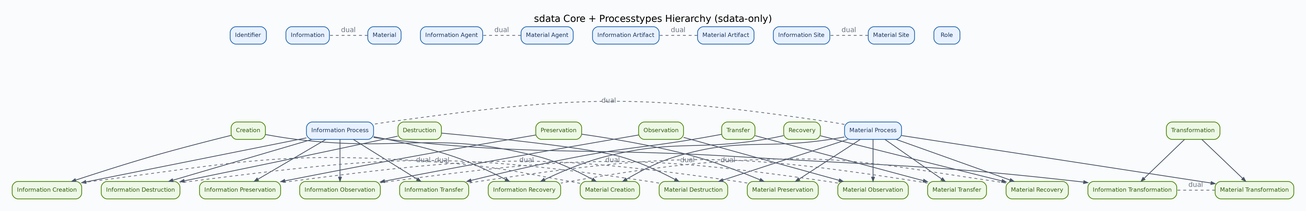
Above: docs/diagrams/sdata-core-processtypes-sdata-only.png in lepy/sdata-ontology (Graphviz), before the change. Its source is kept beside it as docs/diagrams/sdata-core-processtypes-sdata-only.dot. The source it was exported from:
```dot
digraph "" {
	graph [bgcolor="#FAFBFC",
		fontname=Helvetica,
		fontsize=20,
		label="sdata Core + Processtypes Hierarchy (sdata-only)",
		labeljust=c,
		labelloc=t,
		newrank=true,
		nodesep=0.55,
		overlap=false,
		pad=0.35,
		rankdir=TB,
		ranksep=1.0,
		splines=true
	];
	node [fontname=Helvetica,
		fontsize=12,
		label="\N",
		margin="0.14,0.08",
		penwidth=1.6,
		shape=box,
		style="filled,rounded"
	];
	edge [arrowsize=0.85,
		color="#4A5568",
		fontname=Helvetica,
		penwidth=1.6
	];
	"https://w3id.org/sdata/core/Identifier"	[color="#2B6CB0",
		fillcolor="#E8F1FF",
		fontcolor="#1A365D",
		label=Identifier];
	"https://w3id.org/sdata/core/Creation"	[color="#4F8A10",
		fillcolor="#EEF8E7",
		fontcolor="#2F5D08",
		label=Creation];
	"https://w3id.org/sdata/core/Identifier" -> "https://w3id.org/sdata/core/Creation"	[color="#FFFFFF",
		constraint=true,
		minlen=2,
		style=invis,
		weight=120];
	"https://w3id.org/sdata/core/Information"	[color="#2B6CB0",
		fillcolor="#E8F1FF",
		fontcolor="#1A365D",
		label=Information];
	"https://w3id.org/sdata/core/InformationAgent"	[color="#2B6CB0",
		fillcolor="#E8F1FF",
		fontcolor="#1A365D",
		label="Information Agent"];
	"https://w3id.org/sdata/core/InformationArtifact"	[color="#2B6CB0",
		fillcolor="#E8F1FF",
		fontcolor="#1A365D",
		label="Information Artifact"];
	"https://w3id.org/sdata/core/InformationProcess"	[color="#2B6CB0",
		fillcolor="#E8F1FF",
		fontcolor="#1A365D",
		label="Information Process"];
	"https://w3id.org/sdata/core/InformationCreation"	[color="#4F8A10",
		fillcolor="#EEF8E7",
		fontcolor="#2F5D08",
		label="Information Creation"];
	"https://w3id.org/sdata/core/InformationProcess" -> "https://w3id.org/sdata/core/InformationCreation";
	"https://w3id.org/sdata/core/InformationDestruction"	[color="#4F8A10",
		fillcolor="#EEF8E7",
		fontcolor="#2F5D08",
		label="Information Destruction"];
	"https://w3id.org/sdata/core/InformationProcess" -> "https://w3id.org/sdata/core/InformationDestruction";
	"https://w3id.org/sdata/core/InformationObservation"	[color="#4F8A10",
		fillcolor="#EEF8E7",
		fontcolor="#2F5D08",
		label="Information Observation"];
	"https://w3id.org/sdata/core/InformationProcess" -> "https://w3id.org/sdata/core/InformationObservation";
	"https://w3id.org/sdata/core/InformationPreservation"	[color="#4F8A10",
		fillcolor="#EEF8E7",
		fontcolor="#2F5D08",
		label="Information Preservation"];
	"https://w3id.org/sdata/core/InformationProcess" -> "https://w3id.org/sdata/core/InformationPreservation";
	"https://w3id.org/sdata/core/InformationRecovery"	[color="#4F8A10",
		fillcolor="#EEF8E7",
		fontcolor="#2F5D08",
		label="Information Recovery"];
	"https://w3id.org/sdata/core/InformationProcess" -> "https://w3id.org/sdata/core/InformationRecovery";
	"https://w3id.org/sdata/core/InformationTransfer"	[color="#4F8A10",
		fillcolor="#EEF8E7",
		fontcolor="#2F5D08",
		label="Information Transfer"];
	"https://w3id.org/sdata/core/InformationProcess" -> "https://w3id.org/sdata/core/InformationTransfer";
	"https://w3id.org/sdata/core/InformationTransformation"	[color="#4F8A10",
		fillcolor="#EEF8E7",
		fontcolor="#2F5D08",
		label="Information Transformation"];
	"https://w3id.org/sdata/core/InformationProcess" -> "https://w3id.org/sdata/core/InformationTransformation";
	"https://w3id.org/sdata/core/InformationSite"	[color="#2B6CB0",
		fillcolor="#E8F1FF",
		fontcolor="#1A365D",
		label="Information Site"];
	"https://w3id.org/sdata/core/Material"	[color="#2B6CB0",
		fillcolor="#E8F1FF",
		fontcolor="#1A365D",
		label=Material];
	"https://w3id.org/sdata/core/Material" -> "https://w3id.org/sdata/core/Information"	[color="#6B7280",
		constraint=false,
		dir=none,
		fontcolor="#6B7280",
		label=dual,
		style=dashed];
	"https://w3id.org/sdata/core/MaterialAgent"	[color="#2B6CB0",
		fillcolor="#E8F1FF",
		fontcolor="#1A365D",
		label="Material Agent"];
	"https://w3id.org/sdata/core/MaterialAgent" -> "https://w3id.org/sdata/core/InformationAgent"	[color="#6B7280",
		constraint=false,
		dir=none,
		fontcolor="#6B7280",
		label=dual,
		style=dashed];
	"https://w3id.org/sdata/core/MaterialArtifact"	[color="#2B6CB0",
		fillcolor="#E8F1FF",
		fontcolor="#1A365D",
		label="Material Artifact"];
	"https://w3id.org/sdata/core/MaterialArtifact" -> "https://w3id.org/sdata/core/InformationArtifact"	[color="#6B7280",
		constraint=false,
		dir=none,
		fontcolor="#6B7280",
		label=dual,
		style=dashed];
	"https://w3id.org/sdata/core/MaterialProcess"	[color="#2B6CB0",
		fillcolor="#E8F1FF",
		fontcolor="#1A365D",
		label="Material Process"];
	"https://w3id.org/sdata/core/MaterialProcess" -> "https://w3id.org/sdata/core/InformationProcess"	[color="#6B7280",
		constraint=false,
		dir=none,
		fontcolor="#6B7280",
		label=dual,
		style=dashed];
	"https://w3id.org/sdata/core/MaterialCreation"	[color="#4F8A10",
		fillcolor="#EEF8E7",
		fontcolor="#2F5D08",
		label="Material Creation"];
	"https://w3id.org/sdata/core/MaterialProcess" -> "https://w3id.org/sdata/core/MaterialCreation";
	"https://w3id.org/sdata/core/MaterialDestruction"	[color="#4F8A10",
		fillcolor="#EEF8E7",
		fontcolor="#2F5D08",
		label="Material Destruction"];
	"https://w3id.org/sdata/core/MaterialProcess" -> "https://w3id.org/sdata/core/MaterialDestruction";
	"https://w3id.org/sdata/core/MaterialObservation"	[color="#4F8A10",
		fillcolor="#EEF8E7",
		fontcolor="#2F5D08",
		label="Material Observation"];
	"https://w3id.org/sdata/core/MaterialProcess" -> "https://w3id.org/sdata/core/MaterialObservation";
	"https://w3id.org/sdata/core/MaterialPreservation"	[color="#4F8A10",
		fillcolor="#EEF8E7",
		fontcolor="#2F5D08",
		label="Material Preservation"];
	"https://w3id.org/sdata/core/MaterialProcess" -> "https://w3id.org/sdata/core/MaterialPreservation";
	"https://w3id.org/sdata/core/MaterialRecovery"	[color="#4F8A10",
		fillcolor="#EEF8E7",
		fontcolor="#2F5D08",
		label="Material Recovery"];
	"https://w3id.org/sdata/core/MaterialProcess" -> "https://w3id.org/sdata/core/MaterialRecovery";
	"https://w3id.org/sdata/core/MaterialTransfer"	[color="#4F8A10",
		fillcolor="#EEF8E7",
		fontcolor="#2F5D08",
		label="Material Transfer"];
	"https://w3id.org/sdata/core/MaterialProcess" -> "https://w3id.org/sdata/core/MaterialTransfer";
	"https://w3id.org/sdata/core/MaterialTransformation"	[color="#4F8A10",
		fillcolor="#EEF8E7",
		fontcolor="#2F5D08",
		label="Material Transformation"];
	"https://w3id.org/sdata/core/MaterialProcess" -> "https://w3id.org/sdata/core/MaterialTransformation";
	"https://w3id.org/sdata/core/MaterialSite"	[color="#2B6CB0",
		fillcolor="#E8F1FF",
		fontcolor="#1A365D",
		label="Material Site"];
	"https://w3id.org/sdata/core/MaterialSite" -> "https://w3id.org/sdata/core/InformationSite"	[color="#6B7280",
		constraint=false,
		dir=none,
		fontcolor="#6B7280",
		label=dual,
		style=dashed];
	"https://w3id.org/sdata/core/Role"	[color="#2B6CB0",
		fillcolor="#E8F1FF",
		fontcolor="#1A365D",
		label=Role];
	"https://w3id.org/sdata/core/Creation" -> "https://w3id.org/sdata/core/InformationCreation";
	"https://w3id.org/sdata/core/Creation" -> "https://w3id.org/sdata/core/MaterialCreation";
	"https://w3id.org/sdata/core/Destruction"	[color="#4F8A10",
		fillcolor="#EEF8E7",
		fontcolor="#2F5D08",
		label=Destruction];
	"https://w3id.org/sdata/core/Destruction" -> "https://w3id.org/sdata/core/InformationDestruction";
	"https://w3id.org/sdata/core/Destruction" -> "https://w3id.org/sdata/core/MaterialDestruction";
	"https://w3id.org/sdata/core/MaterialCreation" -> "https://w3id.org/sdata/core/InformationCreation"	[color="#6B7280",
		constraint=false,
		dir=none,
		fontcolor="#6B7280",
		label=dual,
		style=dashed];
	"https://w3id.org/sdata/core/MaterialDestruction" -> "https://w3id.org/sdata/core/InformationDestruction"	[color="#6B7280",
		constraint=false,
		dir=none,
		fontcolor="#6B7280",
		label=dual,
		style=dashed];
	"https://w3id.org/sdata/core/MaterialObservation" -> "https://w3id.org/sdata/core/InformationObservation"	[color="#6B7280",
		constraint=false,
		dir=none,
		fontcolor="#6B7280",
		label=dual,
		style=dashed];
	"https://w3id.org/sdata/core/MaterialPreservation" -> "https://w3id.org/sdata/core/InformationPreservation"	[color="#6B7280",
		constraint=false,
		dir=none,
		fontcolor="#6B7280",
		label=dual,
		style=dashed];
	"https://w3id.org/sdata/core/MaterialRecovery" -> "https://w3id.org/sdata/core/InformationRecovery"	[color="#6B7280",
		constraint=false,
		dir=none,
		fontcolor="#6B7280",
		label=dual,
		style=dashed];
	"https://w3id.org/sdata/core/MaterialTransfer" -> "https://w3id.org/sdata/core/InformationTransfer"	[color="#6B7280",
		constraint=false,
		dir=none,
		fontcolor="#6B7280",
		label=dual,
		style=dashed];
	"https://w3id.org/sdata/core/MaterialTransformation" -> "https://w3id.org/sdata/core/InformationTransformation"	[color="#6B7280",
		constraint=false,
		dir=none,
		fontcolor="#6B7280",
		label=dual,
		style=dashed];
	"https://w3id.org/sdata/core/Observation"	[color="#4F8A10",
		fillcolor="#EEF8E7",
		fontcolor="#2F5D08",
		label=Observation];
	"https://w3id.org/sdata/core/Observation" -> "https://w3id.org/sdata/core/InformationObservation";
	"https://w3id.org/sdata/core/Observation" -> "https://w3id.org/sdata/core/MaterialObservation";
	"https://w3id.org/sdata/core/Preservation"	[color="#4F8A10",
		fillcolor="#EEF8E7",
		fontcolor="#2F5D08",
		label=Preservation];
	"https://w3id.org/sdata/core/Preservation" -> "https://w3id.org/sdata/core/InformationPreservation";
	"https://w3id.org/sdata/core/Preservation" -> "https://w3id.org/sdata/core/MaterialPreservation";
	"https://w3id.org/sdata/core/Recovery"	[color="#4F8A10",
		fillcolor="#EEF8E7",
		fontcolor="#2F5D08",
		label=Recovery];
	"https://w3id.org/sdata/core/Recovery" -> "https://w3id.org/sdata/core/InformationRecovery";
	"https://w3id.org/sdata/core/Recovery" -> "https://w3id.org/sdata/core/MaterialRecovery";
	"https://w3id.org/sdata/core/Transfer"	[color="#4F8A10",
		fillcolor="#EEF8E7",
		fontcolor="#2F5D08",
		label=Transfer];
	"https://w3id.org/sdata/core/Transfer" -> "https://w3id.org/sdata/core/InformationTransfer";
	"https://w3id.org/sdata/core/Transfer" -> "https://w3id.org/sdata/core/MaterialTransfer";
	"https://w3id.org/sdata/core/Transformation"	[color="#4F8A10",
		fillcolor="#EEF8E7",
		fontcolor="#2F5D08",
		label=Transformation];
	"https://w3id.org/sdata/core/Transformation" -> "https://w3id.org/sdata/core/InformationTransformation";
	"https://w3id.org/sdata/core/Transformation" -> "https://w3id.org/sdata/core/MaterialTransformation";
}
```
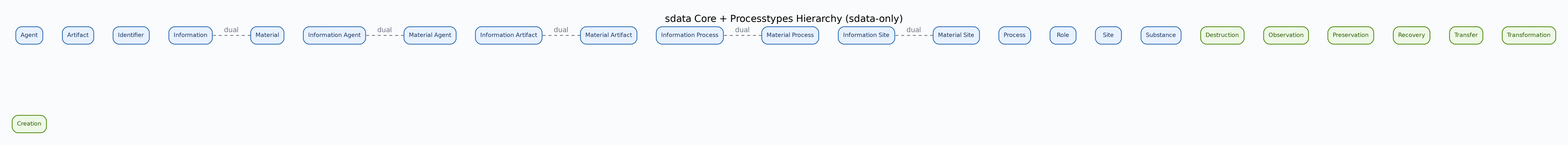
The same file after the commit.

The edit, as a diff of the source:
```diff
@@ -26,19 +26,27 @@
 		fontname=Helvetica,
 		penwidth=1.6
 	];
+	"https://w3id.org/sdata/core/Agent"	[color="#2B6CB0",
+		fillcolor="#E8F1FF",
+		fontcolor="#1A365D",
+		label=Agent];
+	"https://w3id.org/sdata/core/Creation"	[color="#4F8A10",
+		fillcolor="#EEF8E7",
+		fontcolor="#2F5D08",
+		label=Creation];
+	"https://w3id.org/sdata/core/Agent" -> "https://w3id.org/sdata/core/Creation"	[color="#FFFFFF",
+		constraint=true,
+		minlen=2,
+		style=invis,
+		weight=120];
+	"https://w3id.org/sdata/core/Artifact"	[color="#2B6CB0",
+		fillcolor="#E8F1FF",
+		fontcolor="#1A365D",
+		label=Artifact];
 	"https://w3id.org/sdata/core/Identifier"	[color="#2B6CB0",
 		fillcolor="#E8F1FF",
 		fontcolor="#1A365D",
 		label=Identifier];
-	"https://w3id.org/sdata/core/Creation"	[color="#4F8A10",
-		fillcolor="#EEF8E7",
-		fontcolor="#2F5D08",
-		label=Creation];
-	"https://w3id.org/sdata/core/Identifier" -> "https://w3id.org/sdata/core/Creation"	[color="#FFFFFF",
-		constraint=true,
-		minlen=2,
-		style=invis,
-		weight=120];
 	"https://w3id.org/sdata/core/Information"	[color="#2B6CB0",
 		fillcolor="#E8F1FF",
 		fontcolor="#1A365D",
@@ -55,41 +63,6 @@
 		fillcolor="#E8F1FF",
 		fontcolor="#1A365D",
 		label="Information Process"];
-	"https://w3id.org/sdata/core/InformationCreation"	[color="#4F8A10",
-		fillcolor="#EEF8E7",
-		fontcolor="#2F5D08",
-		label="Information Creation"];
-	"https://w3id.org/sdata/core/InformationProcess" -> "https://w3id.org/sdata/core/InformationCreation";
-	"https://w3id.org/sdata/core/InformationDestruction"	[color="#4F8A10",
-		fillcolor="#EEF8E7",
-		fontcolor="#2F5D08",
-		label="Information Destruction"];
-	"https://w3id.org/sdata/core/InformationProcess" -> "https://w3id.org/sdata/core/InformationDestruction";
-	"https://w3id.org/sdata/core/InformationObservation"	[color="#4F8A10",
-		fillcolor="#EEF8E7",
-		fontcolor="#2F5D08",
-		label="Information Observation"];
-	"https://w3id.org/sdata/core/InformationProcess" -> "https://w3id.org/sdata/core/InformationObservation";
-	"https://w3id.org/sdata/core/InformationPreservation"	[color="#4F8A10",
-		fillcolor="#EEF8E7",
-		fontcolor="#2F5D08",
-		label="Information Preservation"];
-	"https://w3id.org/sdata/core/InformationProcess" -> "https://w3id.org/sdata/core/InformationPreservation";
-	"https://w3id.org/sdata/core/InformationRecovery"	[color="#4F8A10",
-		fillcolor="#EEF8E7",
-		fontcolor="#2F5D08",
-		label="Information Recovery"];
-	"https://w3id.org/sdata/core/InformationProcess" -> "https://w3id.org/sdata/core/InformationRecovery";
-	"https://w3id.org/sdata/core/InformationTransfer"	[color="#4F8A10",
-		fillcolor="#EEF8E7",
-		fontcolor="#2F5D08",
-		label="Information Transfer"];
-	"https://w3id.org/sdata/core/InformationProcess" -> "https://w3id.org/sdata/core/InformationTransfer";
-	"https://w3id.org/sdata/core/InformationTransformation"	[color="#4F8A10",
-		fillcolor="#EEF8E7",
-		fontcolor="#2F5D08",
-		label="Information Transformation"];
-	"https://w3id.org/sdata/core/InformationProcess" -> "https://w3id.org/sdata/core/InformationTransformation";
 	"https://w3id.org/sdata/core/InformationSite"	[color="#2B6CB0",
 		fillcolor="#E8F1FF",
 		fontcolor="#1A365D",
@@ -134,41 +107,6 @@
 		fontcolor="#6B7280",
 		label=dual,
 		style=dashed];
-	"https://w3id.org/sdata/core/MaterialCreation"	[color="#4F8A10",
-		fillcolor="#EEF8E7",
-		fontcolor="#2F5D08",
-		label="Material Creation"];
-	"https://w3id.org/sdata/core/MaterialProcess" -> "https://w3id.org/sdata/core/MaterialCreation";
-	"https://w3id.org/sdata/core/MaterialDestruction"	[color="#4F8A10",
-		fillcolor="#EEF8E7",
-		fontcolor="#2F5D08",
-		label="Material Destruction"];
-	"https://w3id.org/sdata/core/MaterialProcess" -> "https://w3id.org/sdata/core/MaterialDestruction";
-	"https://w3id.org/sdata/core/MaterialObservation"	[color="#4F8A10",
-		fillcolor="#EEF8E7",
-		fontcolor="#2F5D08",
-		label="Material Observation"];
-	"https://w3id.org/sdata/core/MaterialProcess" -> "https://w3id.org/sdata/core/MaterialObservation";
-	"https://w3id.org/sdata/core/MaterialPreservation"	[color="#4F8A10",
-		fillcolor="#EEF8E7",
-		fontcolor="#2F5D08",
-		label="Material Preservation"];
-	"https://w3id.org/sdata/core/MaterialProcess" -> "https://w3id.org/sdata/core/MaterialPreservation";
-	"https://w3id.org/sdata/core/MaterialRecovery"	[color="#4F8A10",
-		fillcolor="#EEF8E7",
-		fontcolor="#2F5D08",
-		label="Material Recovery"];
-	"https://w3id.org/sdata/core/MaterialProcess" -> "https://w3id.org/sdata/core/MaterialRecovery";
-	"https://w3id.org/sdata/core/MaterialTransfer"	[color="#4F8A10",
-		fillcolor="#EEF8E7",
-		fontcolor="#2F5D08",
-		label="Material Transfer"];
-	"https://w3id.org/sdata/core/MaterialProcess" -> "https://w3id.org/sdata/core/MaterialTransfer";
-	"https://w3id.org/sdata/core/MaterialTransformation"	[color="#4F8A10",
-		fillcolor="#EEF8E7",
-		fontcolor="#2F5D08",
-		label="Material Transformation"];
-	"https://w3id.org/sdata/core/MaterialProcess" -> "https://w3id.org/sdata/core/MaterialTransformation";
 	"https://w3id.org/sdata/core/MaterialSite"	[color="#2B6CB0",
 		fillcolor="#E8F1FF",
 		fontcolor="#1A365D",
@@ -179,88 +117,44 @@
 		fontcolor="#6B7280",
 		label=dual,
 		style=dashed];
+	"https://w3id.org/sdata/core/Process"	[color="#2B6CB0",
+		fillcolor="#E8F1FF",
+		fontcolor="#1A365D",
+		label=Process];
 	"https://w3id.org/sdata/core/Role"	[color="#2B6CB0",
 		fillcolor="#E8F1FF",
 		fontcolor="#1A365D",
 		label=Role];
-	"https://w3id.org/sdata/core/Creation" -> "https://w3id.org/sdata/core/InformationCreation";
-	"https://w3id.org/sdata/core/Creation" -> "https://w3id.org/sdata/core/MaterialCreation";
+	"https://w3id.org/sdata/core/Site"	[color="#2B6CB0",
+		fillcolor="#E8F1FF",
+		fontcolor="#1A365D",
+		label=Site];
+	"https://w3id.org/sdata/core/Substance"	[color="#2B6CB0",
+		fillcolor="#E8F1FF",
+		fontcolor="#1A365D",
+		label=Substance];
 	"https://w3id.org/sdata/core/Destruction"	[color="#4F8A10",
 		fillcolor="#EEF8E7",
 		fontcolor="#2F5D08",
 		label=Destruction];
-	"https://w3id.org/sdata/core/Destruction" -> "https://w3id.org/sdata/core/InformationDestruction";
-	"https://w3id.org/sdata/core/Destruction" -> "https://w3id.org/sdata/core/MaterialDestruction";
-	"https://w3id.org/sdata/core/MaterialCreation" -> "https://w3id.org/sdata/core/InformationCreation"	[color="#6B7280",
-		constraint=false,
-		dir=none,
-		fontcolor="#6B7280",
-		label=dual,
-		style=dashed];
-	"https://w3id.org/sdata/core/MaterialDestruction" -> "https://w3id.org/sdata/core/InformationDestruction"	[color="#6B7280",
-		constraint=false,
-		dir=none,
-		fontcolor="#6B7280",
-		label=dual,
-		style=dashed];
-	"https://w3id.org/sdata/core/MaterialObservation" -> "https://w3id.org/sdata/core/InformationObservation"	[color="#6B7280",
-		constraint=false,
-		dir=none,
-		fontcolor="#6B7280",
-		label=dual,
-		style=dashed];
-	"https://w3id.org/sdata/core/MaterialPreservation" -> "https://w3id.org/sdata/core/InformationPreservation"	[color="#6B7280",
-		constraint=false,
-		dir=none,
-		fontcolor="#6B7280",
-		label=dual,
-		style=dashed];
-	"https://w3id.org/sdata/core/MaterialRecovery" -> "https://w3id.org/sdata/core/InformationRecovery"	[color="#6B7280",
-		constraint=false,
-		dir=none,
-		fontcolor="#6B7280",
-		label=dual,
-		style=dashed];
-	"https://w3id.org/sdata/core/MaterialTransfer" -> "https://w3id.org/sdata/core/InformationTransfer"	[color="#6B7280",
-		constraint=false,
-		dir=none,
-		fontcolor="#6B7280",
-		label=dual,
-		style=dashed];
-	"https://w3id.org/sdata/core/MaterialTransformation" -> "https://w3id.org/sdata/core/InformationTransformation"	[color="#6B7280",
-		constraint=false,
-		dir=none,
-		fontcolor="#6B7280",
-		label=dual,
-		style=dashed];
 	"https://w3id.org/sdata/core/Observation"	[color="#4F8A10",
 		fillcolor="#EEF8E7",
 		fontcolor="#2F5D08",
 		label=Observation];
-	"https://w3id.org/sdata/core/Observation" -> "https://w3id.org/sdata/core/InformationObservation";
-	"https://w3id.org/sdata/core/Observation" -> "https://w3id.org/sdata/core/MaterialObservation";
 	"https://w3id.org/sdata/core/Preservation"	[color="#4F8A10",
 		fillcolor="#EEF8E7",
 		fontcolor="#2F5D08",
 		label=Preservation];
-	"https://w3id.org/sdata/core/Preservation" -> "https://w3id.org/sdata/core/InformationPreservation";
-	"https://w3id.org/sdata/core/Preservation" -> "https://w3id.org/sdata/core/MaterialPreservation";
 	"https://w3id.org/sdata/core/Recovery"	[color="#4F8A10",
 		fillcolor="#EEF8E7",
 		fontcolor="#2F5D08",
 		label=Recovery];
-	"https://w3id.org/sdata/core/Recovery" -> "https://w3id.org/sdata/core/InformationRecovery";
-	"https://w3id.org/sdata/core/Recovery" -> "https://w3id.org/sdata/core/MaterialRecovery";
 	"https://w3id.org/sdata/core/Transfer"	[color="#4F8A10",
 		fillcolor="#EEF8E7",
 		fontcolor="#2F5D08",
 		label=Transfer];
-	"https://w3id.org/sdata/core/Transfer" -> "https://w3id.org/sdata/core/InformationTransfer";
-	"https://w3id.org/sdata/core/Transfer" -> "https://w3id.org/sdata/core/MaterialTransfer";
 	"https://w3id.org/sdata/core/Transformation"	[color="#4F8A10",
 		fillcolor="#EEF8E7",
 		fontcolor="#2F5D08",
 		label=Transformation];
-	"https://w3id.org/sdata/core/Transformation" -> "https://w3id.org/sdata/core/InformationTransformation";
-	"https://w3id.org/sdata/core/Transformation" -> "https://w3id.org/sdata/core/MaterialTransformation";
 }
```
